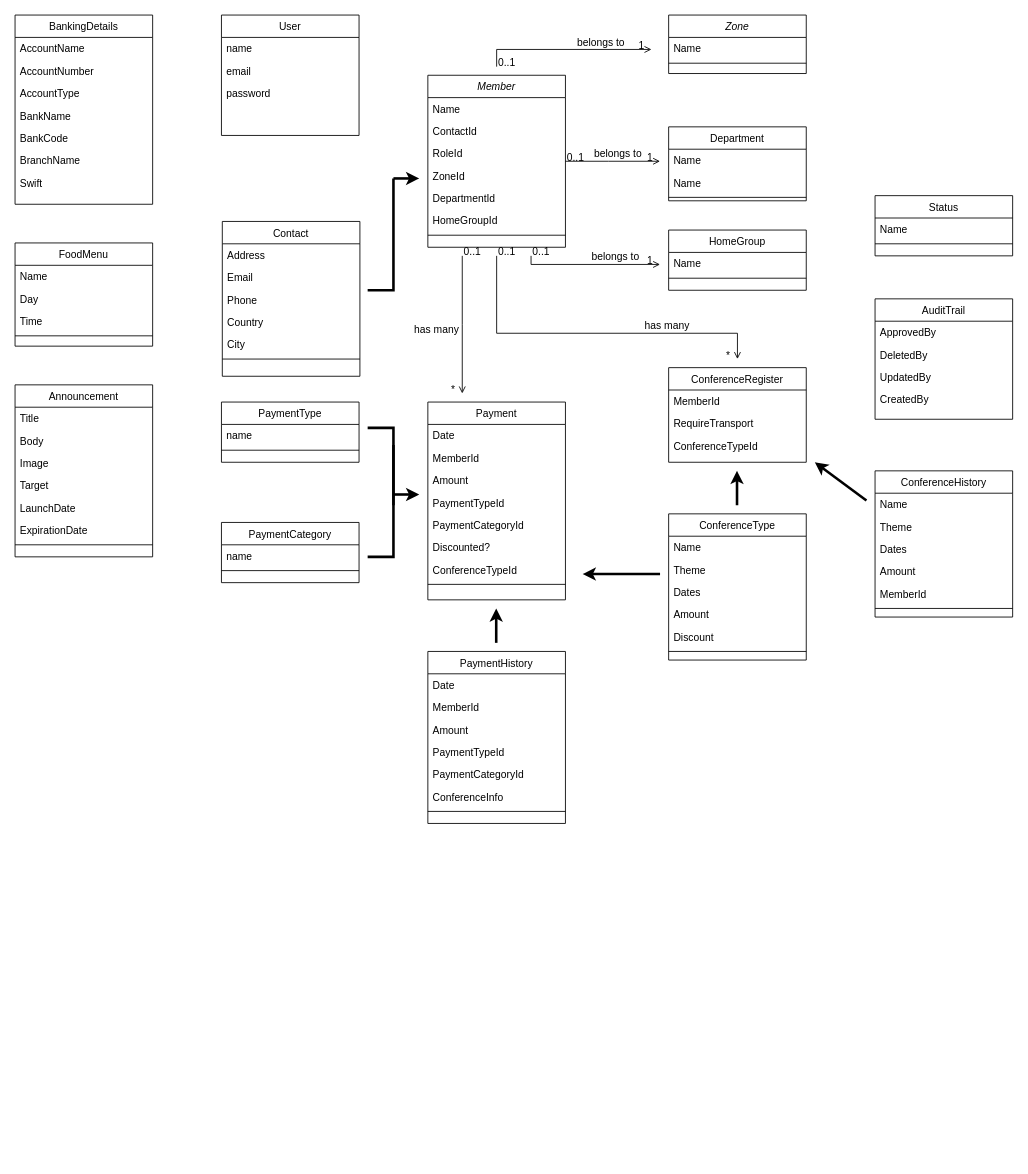
Earlier version of the draw.io diagram Untitled Diagram.drawio (alphamonline/HIM-Events-App). Source tidied: cells renumbered, new cells numbered last; positions are measured from the earlier drawing's top-left corner, leaving out a move shared by most shapes. Both pictures are drawn from the tidied source at 86%, with x=0, y=0 at pixel (15, 15).
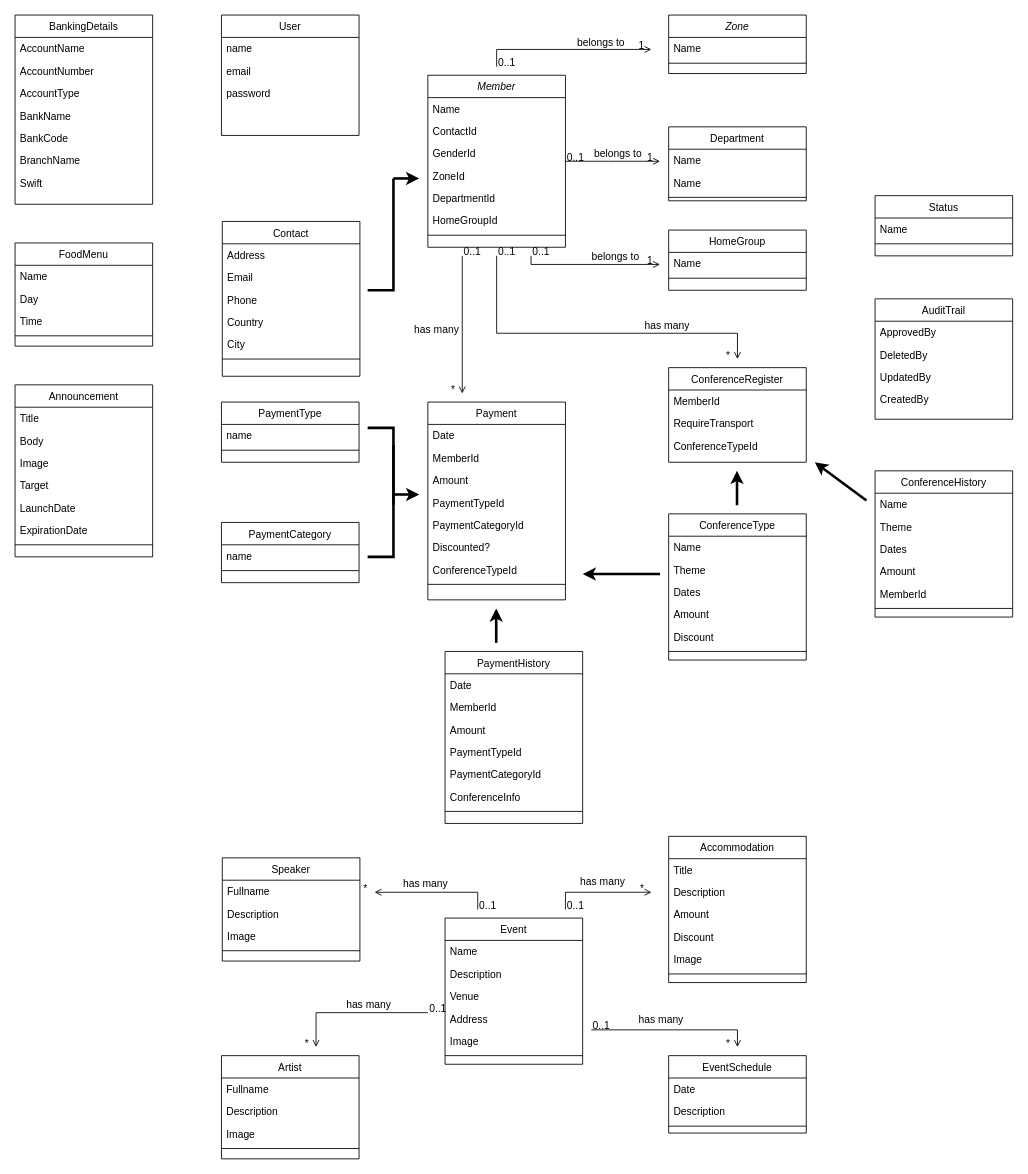
The same diagram, later.

Commit message:
Event Class

The change refers to these unchanged cells:
```xml
<mxCell id="2" value="Member" style="swimlane;fontStyle=2;align=center;verticalAlign=top;horizontal=1;startSize=26;rounded=0;shadow=0;strokeWidth=1;" parent="1" vertex="1">
  <mxGeometry x="480" y="70" width="160" height="200" as="geometry" />
</mxCell>
```

Diff of the diagram source:
```diff
@@
-    <mxCell id="5" value="RoleId" style="text;align=left;verticalAlign=top;spacingLeft=4;spacingRight=4;overflow=hidden;rounded=0;shadow=0;html=0;" parent="2" vertex="1">
+    <mxCell id="5" value="GenderId" style="text;align=left;verticalAlign=top;spacingLeft=4;spacingRight=4;overflow=hidden;rounded=0;shadow=0;html=0;" parent="2" vertex="1">
       <mxGeometry y="78" width="160" height="26" as="geometry" />
     </mxCell>
@@
     <mxCell id="120" value="PaymentHistory" style="swimlane;fontStyle=0;align=center;verticalAlign=top;horizontal=1;startSize=26;rounded=0;shadow=0;strokeWidth=1;" parent="1" vertex="1">
-      <mxGeometry x="480" y="740" width="160" height="200" as="geometry" />
+      <mxGeometry x="500" y="740" width="160" height="200" as="geometry" />
     </mxCell>
@@
+    <mxCell id="130" value="Event" style="swimlane;fontStyle=0;align=center;verticalAlign=top;horizontal=1;startSize=26;rounded=0;shadow=0;strokeWidth=1;" parent="1" vertex="1">
+      <mxGeometry x="500" y="1050" width="160" height="170" as="geometry" />
+    </mxCell>
+    <mxCell id="131" value="Name" style="text;align=left;verticalAlign=top;spacingLeft=4;spacingRight=4;overflow=hidden;" parent="130" vertex="1">
+      <mxGeometry y="26" width="160" height="26" as="geometry" />
+    </mxCell>
+    <mxCell id="132" value="Description" style="text;align=left;verticalAlign=top;spacingLeft=4;spacingRight=4;overflow=hidden;" parent="130" vertex="1">
+      <mxGeometry y="52" width="160" height="26" as="geometry" />
+    </mxCell>
+    <mxCell id="133" value="Venue" style="text;align=left;verticalAlign=top;spacingLeft=4;spacingRight=4;overflow=hidden;" parent="130" vertex="1">
+      <mxGeometry y="78" width="160" height="26" as="geometry" />
+    </mxCell>
+    <mxCell id="134" value="Address" style="text;align=left;verticalAlign=top;spacingLeft=4;spacingRight=4;overflow=hidden;" parent="130" vertex="1">
+      <mxGeometry y="104" width="160" height="26" as="geometry" />
+    </mxCell>
+    <mxCell id="135" value="Image" style="text;align=left;verticalAlign=top;spacingLeft=4;spacingRight=4;overflow=hidden;" parent="130" vertex="1">
+      <mxGeometry y="130" width="160" height="26" as="geometry" />
+    </mxCell>
+    <mxCell id="136" style="line;html=1;strokeWidth=1;align=left;verticalAlign=middle;spacingTop=-1;spacingLeft=3;spacingRight=3;labelPosition=right;" parent="130" vertex="1">
+      <mxGeometry y="156" width="160" height="8" as="geometry" />
+    </mxCell>
+    <mxCell id="137" value="EventSchedule" style="swimlane;fontStyle=0;align=center;verticalAlign=top;horizontal=1;startSize=26;rounded=0;shadow=0;strokeWidth=1;" parent="1" vertex="1">
+      <mxGeometry x="760" y="1210" width="160" height="90" as="geometry" />
+    </mxCell>
+    <mxCell id="138" value="Date" style="text;align=left;verticalAlign=top;spacingLeft=4;spacingRight=4;overflow=hidden;" parent="137" vertex="1">
+      <mxGeometry y="26" width="160" height="26" as="geometry" />
+    </mxCell>
+    <mxCell id="139" value="Description" style="text;align=left;verticalAlign=top;spacingLeft=4;spacingRight=4;overflow=hidden;" parent="137" vertex="1">
+      <mxGeometry y="52" width="160" height="26" as="geometry" />
+    </mxCell>
+    <mxCell id="140" style="line;html=1;strokeWidth=1;align=left;verticalAlign=middle;spacingTop=-1;spacingLeft=3;spacingRight=3;labelPosition=right;" parent="137" vertex="1">
+      <mxGeometry y="78" width="160" height="8" as="geometry" />
+    </mxCell>
+    <mxCell id="141" value="Speaker" style="swimlane;fontStyle=0;align=center;verticalAlign=top;horizontal=1;startSize=26;rounded=0;shadow=0;strokeWidth=1;" parent="1" vertex="1">
+      <mxGeometry x="241" y="980" width="160" height="120" as="geometry" />
+    </mxCell>
+    <mxCell id="142" value="Fullname" style="text;align=left;verticalAlign=top;spacingLeft=4;spacingRight=4;overflow=hidden;" parent="141" vertex="1">
+      <mxGeometry y="26" width="160" height="26" as="geometry" />
+    </mxCell>
+    <mxCell id="143" value="Description" style="text;align=left;verticalAlign=top;spacingLeft=4;spacingRight=4;overflow=hidden;" parent="141" vertex="1">
+      <mxGeometry y="52" width="160" height="26" as="geometry" />
+    </mxCell>
+    <mxCell id="144" value="Image" style="text;align=left;verticalAlign=top;spacingLeft=4;spacingRight=4;overflow=hidden;" parent="141" vertex="1">
+      <mxGeometry y="78" width="160" height="26" as="geometry" />
+    </mxCell>
+    <mxCell id="145" style="line;html=1;strokeWidth=1;align=left;verticalAlign=middle;spacingTop=-1;spacingLeft=3;spacingRight=3;labelPosition=right;" parent="141" vertex="1">
+      <mxGeometry y="104" width="160" height="8" as="geometry" />
+    </mxCell>
+    <mxCell id="146" value="Artist" style="swimlane;fontStyle=0;align=center;verticalAlign=top;horizontal=1;startSize=26;rounded=0;shadow=0;strokeWidth=1;" parent="1" vertex="1">
+      <mxGeometry x="240" y="1210" width="160" height="120" as="geometry" />
+    </mxCell>
+    <mxCell id="147" value="Fullname" style="text;align=left;verticalAlign=top;spacingLeft=4;spacingRight=4;overflow=hidden;" parent="146" vertex="1">
+      <mxGeometry y="26" width="160" height="26" as="geometry" />
+    </mxCell>
+    <mxCell id="148" value="Description" style="text;align=left;verticalAlign=top;spacingLeft=4;spacingRight=4;overflow=hidden;" parent="146" vertex="1">
+      <mxGeometry y="52" width="160" height="26" as="geometry" />
+    </mxCell>
+    <mxCell id="149" value="Image" style="text;align=left;verticalAlign=top;spacingLeft=4;spacingRight=4;overflow=hidden;" parent="146" vertex="1">
+      <mxGeometry y="78" width="160" height="26" as="geometry" />
+    </mxCell>
+    <mxCell id="150" style="line;html=1;strokeWidth=1;align=left;verticalAlign=middle;spacingTop=-1;spacingLeft=3;spacingRight=3;labelPosition=right;" parent="146" vertex="1">
+      <mxGeometry y="104" width="160" height="8" as="geometry" />
+    </mxCell>
+    <mxCell id="151" value="Accommodation" style="swimlane;fontStyle=0;align=center;verticalAlign=top;horizontal=1;startSize=26;rounded=0;shadow=0;strokeWidth=1;" parent="1" vertex="1">
+      <mxGeometry x="760" y="955" width="160" height="170" as="geometry" />
+    </mxCell>
+    <mxCell id="152" value="Title" style="text;align=left;verticalAlign=top;spacingLeft=4;spacingRight=4;overflow=hidden;" parent="151" vertex="1">
+      <mxGeometry y="26" width="160" height="26" as="geometry" />
+    </mxCell>
+    <mxCell id="153" value="Description" style="text;align=left;verticalAlign=top;spacingLeft=4;spacingRight=4;overflow=hidden;" parent="151" vertex="1">
+      <mxGeometry y="52" width="160" height="26" as="geometry" />
+    </mxCell>
+    <mxCell id="154" value="Amount" style="text;align=left;verticalAlign=top;spacingLeft=4;spacingRight=4;overflow=hidden;" parent="151" vertex="1">
+      <mxGeometry y="78" width="160" height="26" as="geometry" />
+    </mxCell>
+    <mxCell id="155" value="Discount" style="text;align=left;verticalAlign=top;spacingLeft=4;spacingRight=4;overflow=hidden;" parent="151" vertex="1">
+      <mxGeometry y="104" width="160" height="26" as="geometry" />
+    </mxCell>
+    <mxCell id="156" value="Image" style="text;align=left;verticalAlign=top;spacingLeft=4;spacingRight=4;overflow=hidden;" parent="151" vertex="1">
+      <mxGeometry y="130" width="160" height="26" as="geometry" />
+    </mxCell>
+    <mxCell id="157" style="line;html=1;strokeWidth=1;align=left;verticalAlign=middle;spacingTop=-1;spacingLeft=3;spacingRight=3;labelPosition=right;" parent="151" vertex="1">
+      <mxGeometry y="156" width="160" height="8" as="geometry" />
+    </mxCell>
+    <mxCell id="158" style="endArrow=open;shadow=0;strokeWidth=1;rounded=0;curved=0;endFill=1;edgeStyle=elbowEdgeStyle;elbow=vertical;" parent="1" edge="1">
+      <mxGeometry x="0.5" y="41" relative="1" as="geometry">
+        <mxPoint x="480" y="1160" as="sourcePoint" />
+        <mxPoint x="350" y="1200" as="targetPoint" />
+        <Array as="points">
+          <mxPoint x="410" y="1160" />
+        </Array>
+        <mxPoint x="-40" y="32" as="offset" />
+      </mxGeometry>
+    </mxCell>
+    <mxCell id="159" value="0..1" style="align=left;verticalAlign=bottom;labelBackgroundColor=none;fontSize=12;" parent="158" vertex="1">
+      <mxGeometry x="-1" relative="1" as="geometry">
+        <mxPoint y="4" as="offset" />
+      </mxGeometry>
+    </mxCell>
+    <mxCell id="160" value="*" style="align=right;verticalAlign=bottom;labelBackgroundColor=none;fontSize=12;" parent="158" vertex="1">
+      <mxGeometry x="1" relative="1" as="geometry">
+        <mxPoint x="-7" y="4" as="offset" />
+      </mxGeometry>
+    </mxCell>
+    <mxCell id="161" value="has many" style="text;html=1;align=center;verticalAlign=middle;labelBackgroundColor=none;rounded=0;shadow=0;strokeWidth=1;fontSize=12;" parent="158" vertex="1">
+      <mxGeometry x="0.5" y="49" relative="1" as="geometry">
+        <mxPoint x="58" y="-59" as="offset" />
+      </mxGeometry>
+    </mxCell>
+    <mxCell id="162" style="endArrow=open;shadow=0;strokeWidth=1;rounded=0;curved=0;endFill=1;edgeStyle=elbowEdgeStyle;elbow=vertical;" parent="1" edge="1">
+      <mxGeometry x="0.5" y="41" relative="1" as="geometry">
+        <mxPoint x="670" y="1180" as="sourcePoint" />
+        <mxPoint x="840" y="1200" as="targetPoint" />
+        <Array as="points">
+          <mxPoint x="700" y="1180" />
+        </Array>
+        <mxPoint x="-40" y="32" as="offset" />
+      </mxGeometry>
+    </mxCell>
+    <mxCell id="163" value="0..1" style="align=left;verticalAlign=bottom;labelBackgroundColor=none;fontSize=12;" parent="162" vertex="1">
+      <mxGeometry x="-1" relative="1" as="geometry">
+        <mxPoint y="4" as="offset" />
+      </mxGeometry>
+    </mxCell>
+    <mxCell id="164" value="*" style="align=right;verticalAlign=bottom;labelBackgroundColor=none;fontSize=12;" parent="162" vertex="1">
+      <mxGeometry x="1" relative="1" as="geometry">
+        <mxPoint x="-7" y="4" as="offset" />
+      </mxGeometry>
+    </mxCell>
+    <mxCell id="165" value="has many" style="text;html=1;align=center;verticalAlign=middle;labelBackgroundColor=none;rounded=0;shadow=0;strokeWidth=1;fontSize=12;" parent="162" vertex="1">
+      <mxGeometry x="0.5" y="49" relative="1" as="geometry">
+        <mxPoint x="-63" y="36" as="offset" />
+      </mxGeometry>
+    </mxCell>
+    <mxCell id="166" style="endArrow=open;shadow=0;strokeWidth=1;rounded=0;curved=0;endFill=1;edgeStyle=elbowEdgeStyle;elbow=vertical;" parent="1" edge="1">
+      <mxGeometry x="0.5" y="41" relative="1" as="geometry">
+        <mxPoint x="640" y="1040" as="sourcePoint" />
+        <mxPoint x="740" y="1020" as="targetPoint" />
+        <Array as="points">
+          <mxPoint x="640" y="1020" />
+        </Array>
+        <mxPoint x="-40" y="32" as="offset" />
+      </mxGeometry>
+    </mxCell>
+    <mxCell id="167" value="0..1" style="align=left;verticalAlign=bottom;labelBackgroundColor=none;fontSize=12;" parent="166" vertex="1">
+      <mxGeometry x="-1" relative="1" as="geometry">
+        <mxPoint y="4" as="offset" />
+      </mxGeometry>
+    </mxCell>
+    <mxCell id="168" value="*" style="align=right;verticalAlign=bottom;labelBackgroundColor=none;fontSize=12;" parent="166" vertex="1">
+      <mxGeometry x="1" relative="1" as="geometry">
+        <mxPoint x="-7" y="4" as="offset" />
+      </mxGeometry>
+    </mxCell>
+    <mxCell id="169" value="has many" style="text;html=1;align=center;verticalAlign=middle;labelBackgroundColor=none;rounded=0;shadow=0;strokeWidth=1;fontSize=12;" parent="166" vertex="1">
+      <mxGeometry x="0.5" y="49" relative="1" as="geometry">
+        <mxPoint x="-28" y="36" as="offset" />
+      </mxGeometry>
+    </mxCell>
+    <mxCell id="170" style="endArrow=open;shadow=0;strokeWidth=1;rounded=0;curved=0;endFill=1;edgeStyle=elbowEdgeStyle;elbow=vertical;" parent="1" edge="1">
+      <mxGeometry x="0.5" y="41" relative="1" as="geometry">
+        <mxPoint x="538" y="1040" as="sourcePoint" />
+        <mxPoint x="418" y="1020" as="targetPoint" />
+        <Array as="points">
+          <mxPoint x="538" y="1020" />
+        </Array>
+        <mxPoint x="-40" y="32" as="offset" />
+      </mxGeometry>
+    </mxCell>
+    <mxCell id="171" value="0..1" style="align=left;verticalAlign=bottom;labelBackgroundColor=none;fontSize=12;" parent="170" vertex="1">
+      <mxGeometry x="-1" relative="1" as="geometry">
+        <mxPoint y="4" as="offset" />
+      </mxGeometry>
+    </mxCell>
+    <mxCell id="172" value="*" style="align=right;verticalAlign=bottom;labelBackgroundColor=none;fontSize=12;" parent="170" vertex="1">
+      <mxGeometry x="1" relative="1" as="geometry">
+        <mxPoint x="-7" y="4" as="offset" />
+      </mxGeometry>
+    </mxCell>
+    <mxCell id="173" value="has many" style="text;html=1;align=center;verticalAlign=middle;labelBackgroundColor=none;rounded=0;shadow=0;strokeWidth=1;fontSize=12;" parent="170" vertex="1">
+      <mxGeometry x="0.5" y="49" relative="1" as="geometry">
+        <mxPoint x="23" y="-60" as="offset" />
+      </mxGeometry>
+    </mxCell>
```
